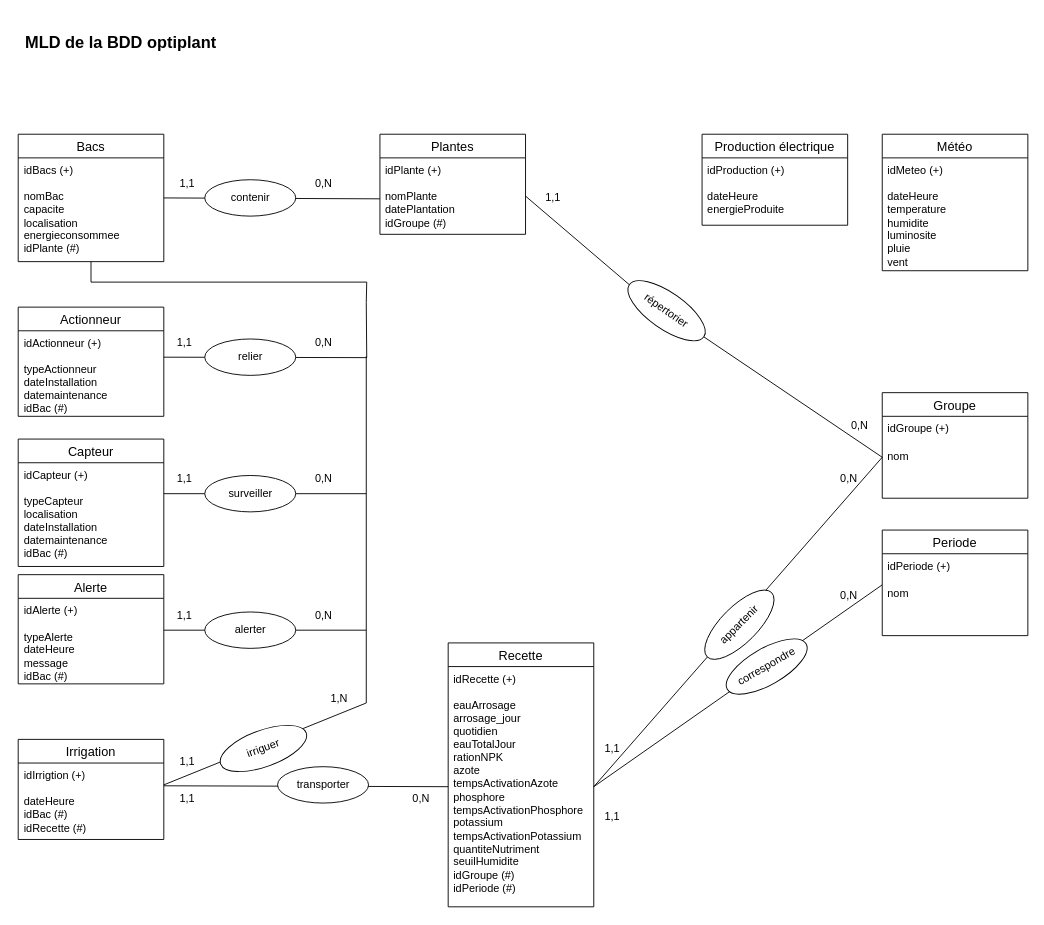
Above: MLD.drawio in SAE601/BDD (draw.io), before the change. Source tidied: cells renumbered, new cells numbered last; positions are measured from the earlier drawing's top-left corner, leaving out a move shared by most shapes. Both pictures are drawn from the tidied source at 91%, with x=0, y=0 at pixel (15, 15).
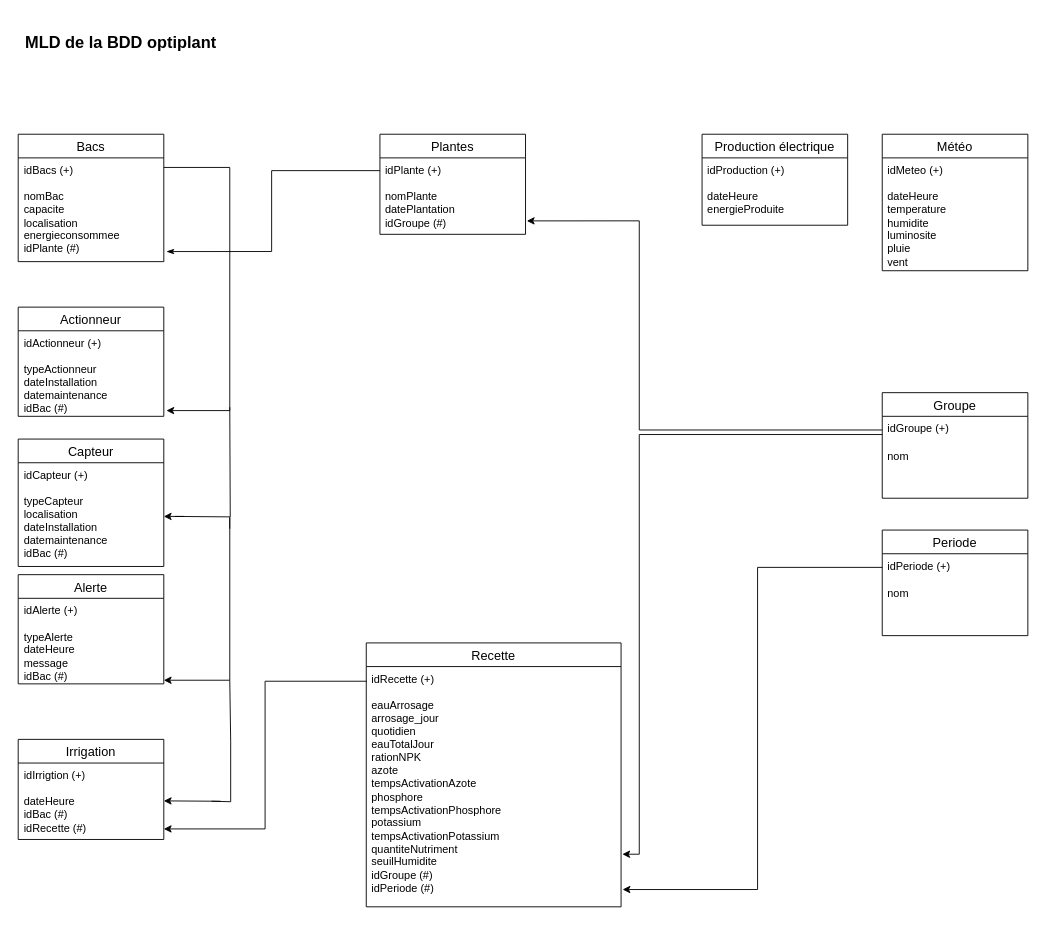
The same page after the edit.

Unchanged cells that the change refers to:
```xml
<mxCell id="3" value="Bacs" style="swimlane;fontStyle=0;horizontal=1;startSize=26;align=center;fontSize=14;" parent="1" vertex="1">
  <mxGeometry x="2.5" y="130" width="160" height="140" as="geometry" />
</mxCell>
<mxCell id="4" value="&lt;div&gt;idBacs (+)&lt;br&gt;&lt;/div&gt;&lt;div&gt;&lt;br&gt;&lt;/div&gt;&lt;div&gt;nomBac&lt;/div&gt;&lt;div&gt;capacite&lt;/div&gt;&lt;div&gt;localisation&lt;/div&gt;&lt;div&gt;energieconsommee&lt;/div&gt;&lt;div&gt;idPlante (#)&lt;br&gt;&lt;/div&gt;&lt;div&gt;&lt;br&gt;&lt;/div&gt;" style="text;strokeColor=none;fillColor=none;spacingLeft=4;spacingRight=4;overflow=hidden;points=[[0,0.5],[1,0.5]];portConstraint=eastwest;fontSize=12;whiteSpace=wrap;html=1;" parent="3" vertex="1">
  <mxGeometry y="26" width="160" height="114" as="geometry" />
</mxCell>
<mxCell id="6" value="&lt;div&gt;idPlante (+)&lt;/div&gt;&lt;div&gt;&lt;br&gt;&lt;/div&gt;&lt;div&gt;nomPlante&lt;/div&gt;&lt;div&gt;datePlantation&lt;/div&gt;&lt;div&gt;idGroupe (#)&lt;br&gt;&lt;/div&gt;" style="text;strokeColor=none;fillColor=none;spacingLeft=4;spacingRight=4;overflow=hidden;points=[[0,0.5],[1,0.5]];portConstraint=eastwest;fontSize=12;whiteSpace=wrap;html=1;" parent="5" vertex="1">
  <mxGeometry y="26" width="160" height="84" as="geometry" />
</mxCell>
<mxCell id="12" value="&lt;div&gt;idActionneur (+)&lt;/div&gt;&lt;div&gt;&lt;br&gt;&lt;/div&gt;&lt;div&gt;typeActionneur&lt;/div&gt;&lt;div&gt;dateInstallation&lt;/div&gt;&lt;div&gt;datemaintenance&lt;/div&gt;&lt;div&gt;idBac (#)&lt;br&gt;&lt;/div&gt;" style="text;strokeColor=none;fillColor=none;spacingLeft=4;spacingRight=4;overflow=hidden;points=[[0,0.5],[1,0.5]];portConstraint=eastwest;fontSize=12;whiteSpace=wrap;html=1;" parent="11" vertex="1">
  <mxGeometry y="26" width="160" height="94" as="geometry" />
</mxCell>
<mxCell id="32" value="idGroupe (+)" style="text;strokeColor=none;fillColor=none;spacingLeft=4;spacingRight=4;overflow=hidden;points=[[0,0.5],[1,0.5]];portConstraint=eastwest;fontSize=12;whiteSpace=wrap;html=1;" parent="31" vertex="1">
  <mxGeometry y="26" width="160" height="30" as="geometry" />
</mxCell>
<mxCell id="33" value="nom" style="text;strokeColor=none;fillColor=none;spacingLeft=4;spacingRight=4;overflow=hidden;points=[[0,0.5],[1,0.5]];portConstraint=eastwest;fontSize=12;whiteSpace=wrap;html=1;" parent="31" vertex="1">
  <mxGeometry y="56" width="160" height="30" as="geometry" />
</mxCell>
<mxCell id="44" value="idPeriode (+)" style="text;strokeColor=none;fillColor=none;spacingLeft=4;spacingRight=4;overflow=hidden;points=[[0,0.5],[1,0.5]];portConstraint=eastwest;fontSize=12;whiteSpace=wrap;html=1;" parent="43" vertex="1">
  <mxGeometry y="26" width="160" height="30" as="geometry" />
</mxCell>
<mxCell id="45" value="nom" style="text;strokeColor=none;fillColor=none;spacingLeft=4;spacingRight=4;overflow=hidden;points=[[0,0.5],[1,0.5]];portConstraint=eastwest;fontSize=12;whiteSpace=wrap;html=1;" parent="43" vertex="1">
  <mxGeometry y="56" width="160" height="30" as="geometry" />
</mxCell>
<mxCell id="47" value="Irrigation" style="swimlane;fontStyle=0;horizontal=1;startSize=26;align=center;fontSize=14;" parent="1" vertex="1">
  <mxGeometry x="2.5" y="795" width="160" height="110" as="geometry" />
</mxCell>
<mxCell id="48" value="&lt;div&gt;idIrrigtion (+)&lt;/div&gt;&lt;div&gt;&lt;br&gt;&lt;/div&gt;&lt;div&gt;dateHeure&lt;/div&gt;&lt;div&gt;&lt;div&gt;idBac (#)&lt;/div&gt;&lt;div&gt;&lt;div&gt;idRecette (#)&lt;/div&gt;&lt;/div&gt;&lt;/div&gt;&lt;div&gt;&lt;br&gt;&lt;/div&gt;" style="text;strokeColor=none;fillColor=none;spacingLeft=4;spacingRight=4;overflow=hidden;points=[[0,0.5],[1,0.5]];portConstraint=eastwest;fontSize=12;whiteSpace=wrap;html=1;" parent="47" vertex="1">
  <mxGeometry y="26" width="160" height="84" as="geometry" />
</mxCell>
```

The edit, as a diff of the source:
```diff
@@
-    <mxCell id="2" style="edgeStyle=orthogonalEdgeStyle;rounded=0;jettySize=auto;html=1;exitX=0.5;exitY=1;exitDx=0;exitDy=0;endArrow=none;startFill=0;" parent="1" edge="1" source="3">
-      <mxGeometry relative="1" as="geometry">
-        <mxPoint x="385" y="315" as="targetPoint" />
-      </mxGeometry>
-    </mxCell>
@@
-    <mxCell id="7" style="endArrow=none;html=1;rounded=0;entryX=0;entryY=0.5;entryDx=0;entryDy=0;" parent="1" edge="1">
+    <mxCell id="7" style="endArrow=classicThin;html=1;rounded=0;endFill=1;entryX=1.018;entryY=0.903;entryDx=0;entryDy=0;entryPerimeter=0;edgeStyle=orthogonalEdgeStyle;" parent="1" edge="1" target="4">
       <mxGeometry relative="1" as="geometry">
-        <mxPoint x="162.5" y="200" as="sourcePoint" />
-        <mxPoint x="400" y="201" as="targetPoint" />
+        <mxPoint x="400" y="170" as="sourcePoint" />
+        <Array as="points">
+          <mxPoint x="400" y="170" />
+          <mxPoint x="281" y="170" />
+          <mxPoint x="281" y="259" />
+        </Array>
       </mxGeometry>
     </mxCell>
-    <mxCell id="8" value="contenir" style="ellipse;whiteSpace=wrap;html=1;align=center;" parent="1" vertex="1">
-      <mxGeometry x="207.5" y="180" width="100" height="40" as="geometry" />
-    </mxCell>
-    <mxCell id="9" value="1,1" style="text;html=1;align=center;verticalAlign=middle;strokeColor=none;fillColor=none;" parent="1" vertex="1">
-      <mxGeometry x="167.5" y="169" width="40" height="30" as="geometry" />
-    </mxCell>
-    <mxCell id="10" value="0,N" style="text;html=1;align=center;verticalAlign=middle;strokeColor=none;fillColor=none;" parent="1" vertex="1">
-      <mxGeometry x="317.5" y="169" width="40" height="30" as="geometry" />
-    </mxCell>
@@
-    <mxCell id="13" style="endArrow=none;html=1;rounded=0;edgeStyle=orthogonalEdgeStyle;" parent="1" edge="1">
-      <mxGeometry relative="1" as="geometry">
-        <mxPoint x="162.5" y="375" as="sourcePoint" />
-        <mxPoint x="385" y="315" as="targetPoint" />
-      </mxGeometry>
-    </mxCell>
-    <mxCell id="14" value="relier" style="ellipse;whiteSpace=wrap;html=1;align=center;" parent="1" vertex="1">
-      <mxGeometry x="207.5" y="355" width="100" height="40" as="geometry" />
-    </mxCell>
-    <mxCell id="15" value="1,1" style="text;html=1;align=center;verticalAlign=middle;strokeColor=none;fillColor=none;" parent="1" vertex="1">
-      <mxGeometry x="165" y="344" width="40" height="30" as="geometry" />
-    </mxCell>
-    <mxCell id="16" value="0,N" style="text;html=1;align=center;verticalAlign=middle;strokeColor=none;fillColor=none;" parent="1" vertex="1">
-      <mxGeometry x="317.5" y="344" width="40" height="30" as="geometry" />
-    </mxCell>
@@
-    <mxCell id="19" style="endArrow=none;html=1;rounded=0;" parent="1" edge="1">
-      <mxGeometry relative="1" as="geometry">
-        <mxPoint x="162.5" y="525" as="sourcePoint" />
-        <mxPoint x="385" y="525" as="targetPoint" />
-      </mxGeometry>
-    </mxCell>
-    <mxCell id="20" value="surveiller" style="ellipse;whiteSpace=wrap;html=1;align=center;" parent="1" vertex="1">
-      <mxGeometry x="207.5" y="505" width="100" height="40" as="geometry" />
-    </mxCell>
-    <mxCell id="21" value="1,1" style="text;html=1;align=center;verticalAlign=middle;strokeColor=none;fillColor=none;" parent="1" vertex="1">
-      <mxGeometry x="165" y="494" width="40" height="30" as="geometry" />
-    </mxCell>
-    <mxCell id="22" value="0,N" style="text;html=1;align=center;verticalAlign=middle;strokeColor=none;fillColor=none;" parent="1" vertex="1">
-      <mxGeometry x="317.5" y="494" width="40" height="30" as="geometry" />
-    </mxCell>
@@
-    <mxCell id="25" style="endArrow=none;html=1;rounded=0;" parent="1" edge="1">
-      <mxGeometry relative="1" as="geometry">
-        <mxPoint x="162.5" y="675" as="sourcePoint" />
-        <mxPoint x="385" y="675" as="targetPoint" />
-      </mxGeometry>
-    </mxCell>
-    <mxCell id="26" value="alerter" style="ellipse;whiteSpace=wrap;html=1;align=center;" parent="1" vertex="1">
-      <mxGeometry x="207.5" y="655" width="100" height="40" as="geometry" />
-    </mxCell>
-    <mxCell id="27" value="1,1" style="text;html=1;align=center;verticalAlign=middle;strokeColor=none;fillColor=none;" parent="1" vertex="1">
-      <mxGeometry x="165" y="644" width="40" height="30" as="geometry" />
-    </mxCell>
-    <mxCell id="28" value="0,N" style="text;html=1;align=center;verticalAlign=middle;strokeColor=none;fillColor=none;" parent="1" vertex="1">
-      <mxGeometry x="317.5" y="644" width="40" height="30" as="geometry" />
-    </mxCell>
-    <mxCell id="29" value="0,N" style="text;html=1;align=center;verticalAlign=middle;strokeColor=none;fillColor=none;" parent="1" vertex="1">
-      <mxGeometry x="907" y="435" width="40" height="30" as="geometry" />
-    </mxCell>
@@
-    <mxCell id="35" style="endArrow=none;html=1;rounded=0;entryX=0;entryY=0.5;entryDx=0;entryDy=0;exitX=1;exitY=0.5;exitDx=0;exitDy=0;" parent="1" edge="1" source="54" target="33">
-      <mxGeometry relative="1" as="geometry" />
-    </mxCell>
-    <mxCell id="36" value="appartenir" style="ellipse;whiteSpace=wrap;html=1;align=center;rotation=-45;" parent="1" vertex="1">
-      <mxGeometry x="745" y="649" width="100" height="40" as="geometry" />
-    </mxCell>
-    <mxCell id="37" value="1,1" style="text;html=1;align=center;verticalAlign=middle;strokeColor=none;fillColor=none;" parent="1" vertex="1">
-      <mxGeometry x="635" y="865" width="40" height="30" as="geometry" />
-    </mxCell>
-    <mxCell id="38" value="0,N" style="text;html=1;align=center;verticalAlign=middle;strokeColor=none;fillColor=none;" parent="1" vertex="1">
-      <mxGeometry x="895" y="494" width="40" height="30" as="geometry" />
-    </mxCell>
@@
-    <mxCell id="40" style="endArrow=none;html=1;rounded=0;entryX=-0.001;entryY=0.142;entryDx=0;entryDy=0;exitX=1;exitY=0.5;exitDx=0;exitDy=0;entryPerimeter=0;" parent="1" edge="1" source="54" target="45">
-      <mxGeometry relative="1" as="geometry" />
-    </mxCell>
-    <mxCell id="41" value="1,1" style="text;html=1;align=center;verticalAlign=middle;strokeColor=none;fillColor=none;" parent="1" vertex="1">
-      <mxGeometry x="635" y="790" width="40" height="30" as="geometry" />
-    </mxCell>
-    <mxCell id="42" value="0,N" style="text;html=1;align=center;verticalAlign=middle;strokeColor=none;fillColor=none;" parent="1" vertex="1">
-      <mxGeometry x="895" y="622" width="40" height="30" as="geometry" />
-    </mxCell>
@@
+    <mxCell id="70" style="edgeStyle=orthogonalEdgeStyle;rounded=0;orthogonalLoop=1;jettySize=auto;html=1;endArrow=none;startFill=0;" parent="47" edge="1">
+      <mxGeometry relative="1" as="geometry">
+        <mxPoint x="212.5" y="68" as="sourcePoint" />
+        <mxPoint x="232.5" y="-65" as="targetPoint" />
+      </mxGeometry>
+    </mxCell>
@@
-    <mxCell id="49" style="endArrow=none;html=1;rounded=0;" parent="1" edge="1">
-      <mxGeometry relative="1" as="geometry">
-        <mxPoint x="162.5" y="845" as="sourcePoint" />
-        <mxPoint x="385" y="755" as="targetPoint" />
-      </mxGeometry>
-    </mxCell>
-    <mxCell id="50" value="irriguer" style="ellipse;whiteSpace=wrap;html=1;align=center;rotation=-20;" parent="1" vertex="1">
-      <mxGeometry x="222" y="785" width="100" height="40" as="geometry" />
-    </mxCell>
-    <mxCell id="51" value="1,1" style="text;html=1;align=center;verticalAlign=middle;strokeColor=none;fillColor=none;" parent="1" vertex="1">
-      <mxGeometry x="167.5" y="805" width="40" height="30" as="geometry" />
-    </mxCell>
-    <mxCell id="52" value="1,N" style="text;html=1;align=center;verticalAlign=middle;strokeColor=none;fillColor=none;" parent="1" vertex="1">
-      <mxGeometry x="335" y="735" width="40" height="30" as="geometry" />
-    </mxCell>
     <mxCell id="53" value="Recette" style="swimlane;fontStyle=0;horizontal=1;startSize=26;align=center;fontSize=14;" parent="1" vertex="1">
-      <mxGeometry x="475" y="689" width="160" height="290" as="geometry" />
+      <mxGeometry x="385" y="689" width="280" height="290" as="geometry" />
     </mxCell>
-    <mxCell id="54" value="&lt;div&gt;idRecette (+)&lt;/div&gt;&lt;div&gt;&lt;br&gt;&lt;/div&gt;&lt;div&gt;eauArrosage&lt;/div&gt;&lt;div&gt;&lt;div&gt;arrosage_jour&lt;/div&gt;&lt;div&gt;quotidien&lt;/div&gt;&lt;div&gt;eauTotalJour&lt;/div&gt;&lt;div&gt;&lt;span style=&quot;font-weight: normal;&quot;&gt;rationNPK&lt;/span&gt;&lt;br&gt;azote&lt;br&gt;tempsActivationAzote&lt;br&gt;phosphore&lt;br&gt;tempsActivationPhosphore&lt;br&gt;potassium&lt;/div&gt;&lt;div&gt;tempsActivationPotassium&lt;br&gt;quantiteNutriment&lt;br&gt;seuilHumidite&lt;br&gt;&lt;div&gt;idGroupe (#)&lt;/div&gt;&lt;div&gt;idPeriode (#)&lt;/div&gt;&lt;table class=&quot;table table-striped table-hover table-sm table_results data ajax w-auto&quot;&gt;&lt;thead&gt;&lt;tr&gt;&lt;th class=&quot;draggable position-sticky text-end&quot;&gt;&lt;span style=&quot;font-weight: normal;&quot;&gt;&lt;br&gt;        &lt;br&gt;  &lt;/span&gt;&lt;/th&gt;  &lt;th class=&quot;draggable position-sticky text-end&quot;&gt;&lt;br&gt;&lt;br&gt;        &lt;br&gt;  &lt;/th&gt;  &lt;th class=&quot;draggable position-sticky text-end&quot;&gt;&lt;br&gt;&lt;br&gt;        &lt;br&gt;  &lt;/th&gt;  &lt;th class=&quot;draggable position-sticky text-end&quot;&gt;&lt;br&gt;&lt;br&gt;        &lt;br&gt;  &lt;/th&gt;  &lt;th class=&quot;draggable position-sticky text-end&quot;&gt;&lt;br&gt;&lt;br&gt;        &lt;br&gt;  &lt;/th&gt;  &lt;th class=&quot;draggable position-sticky text-end&quot;&gt;&lt;br&gt;&lt;br&gt;        &lt;br&gt;  &lt;/th&gt;  &lt;th class=&quot;draggable position-sticky text-end&quot;&gt;&lt;br&gt;&lt;br&gt;        &lt;br&gt;  &lt;/th&gt;  &lt;th class=&quot;draggable position-sticky text-end&quot;&gt;&lt;br&gt;&lt;br&gt;        &lt;br&gt;  &lt;/th&gt;  &lt;th class=&quot;draggable position-sticky text-end&quot;&gt;&lt;br&gt;&lt;br&gt;        &lt;br&gt;  &lt;/th&gt;      &lt;td colspan=&quot;4&quot; class=&quot;d-print-none&quot;&gt;&lt;br&gt;&lt;/td&gt;&lt;/tr&gt;&lt;/thead&gt;&lt;/table&gt;&lt;/div&gt;&lt;/div&gt;&lt;div&gt;&lt;br&gt;&lt;/div&gt;" style="text;strokeColor=none;fillColor=none;spacingLeft=4;spacingRight=4;overflow=hidden;points=[[0,0.5],[1,0.5]];portConstraint=eastwest;fontSize=12;whiteSpace=wrap;html=1;" parent="53" vertex="1">
-      <mxGeometry y="26" width="160" height="264" as="geometry" />
-    </mxCell>
-    <mxCell id="55" value="1,1" style="text;html=1;align=center;verticalAlign=middle;strokeColor=none;fillColor=none;" parent="1" vertex="1">
-      <mxGeometry x="167.5" y="845" width="40" height="30" as="geometry" />
-    </mxCell>
-    <mxCell id="56" value="0,N" style="text;html=1;align=center;verticalAlign=middle;strokeColor=none;fillColor=none;" parent="1" vertex="1">
-      <mxGeometry x="425" y="845" width="40" height="30" as="geometry" />
-    </mxCell>
-    <mxCell id="57" style="endArrow=none;html=1;rounded=0;entryX=0;entryY=0.5;entryDx=0;entryDy=0;exitX=1;exitY=0.5;exitDx=0;exitDy=0;" parent="1" edge="1" target="54">
-      <mxGeometry relative="1" as="geometry">
-        <mxPoint x="162.5" y="846" as="sourcePoint" />
-      </mxGeometry>
-    </mxCell>
-    <mxCell id="58" style="rounded=0;jettySize=auto;html=1;entryX=0;entryY=0.5;entryDx=0;entryDy=0;endArrow=none;startFill=0;exitX=1;exitY=0.5;exitDx=0;exitDy=0;" parent="1" edge="1" source="62" target="33">
-      <mxGeometry relative="1" as="geometry" />
-    </mxCell>
-    <mxCell id="59" value="1,1" style="text;html=1;align=center;verticalAlign=middle;strokeColor=none;fillColor=none;" parent="1" vertex="1">
-      <mxGeometry x="570" y="185" width="40" height="30" as="geometry" />
-    </mxCell>
-    <mxCell id="60" style="endArrow=none;html=1;rounded=0;" parent="1" edge="1">
-      <mxGeometry relative="1" as="geometry">
-        <mxPoint x="385" y="755" as="sourcePoint" />
-        <mxPoint x="385" y="374" as="targetPoint" />
-      </mxGeometry>
-    </mxCell>
-    <mxCell id="61" style="rounded=0;jettySize=auto;html=1;entryX=0;entryY=0.5;entryDx=0;entryDy=0;endArrow=none;startFill=0;exitX=1;exitY=0.5;exitDx=0;exitDy=0;" parent="1" edge="1" source="6" target="62">
-      <mxGeometry relative="1" as="geometry" />
-    </mxCell>
-    <mxCell id="62" value="répertorier" style="ellipse;whiteSpace=wrap;html=1;align=center;rotation=35;" parent="1" vertex="1">
-      <mxGeometry x="665" y="304" width="100" height="40" as="geometry" />
-    </mxCell>
-    <mxCell id="63" value="transporter" style="ellipse;whiteSpace=wrap;html=1;align=center;rotation=0;" parent="1" vertex="1">
-      <mxGeometry x="287.5" y="825" width="100" height="40" as="geometry" />
-    </mxCell>
-    <mxCell id="64" value="correspondre" style="ellipse;whiteSpace=wrap;html=1;align=center;rotation=-30;" parent="1" vertex="1">
-      <mxGeometry x="775" y="695" width="100" height="40" as="geometry" />
-    </mxCell>
@@
+    <mxCell id="71" style="edgeStyle=orthogonalEdgeStyle;rounded=0;jettySize=auto;html=1;exitX=1;exitY=0.5;exitDx=0;exitDy=0;entryX=1.018;entryY=0.933;entryDx=0;entryDy=0;entryPerimeter=0;" parent="1" edge="1" target="12">
+      <mxGeometry relative="1" as="geometry">
+        <mxPoint x="162.5" y="166.5" as="sourcePoint" />
+        <Array as="points">
+          <mxPoint x="235" y="167" />
+          <mxPoint x="235" y="434" />
+        </Array>
+      </mxGeometry>
+    </mxCell>
+    <mxCell id="72" style="endArrow=classic;html=1;rounded=0;" parent="1" edge="1">
+      <mxGeometry relative="1" as="geometry">
+        <mxPoint x="185" y="550" as="sourcePoint" />
+        <mxPoint x="162.5" y="550" as="targetPoint" />
+      </mxGeometry>
+    </mxCell>
+    <mxCell id="73" style="edgeStyle=orthogonalEdgeStyle;rounded=0;orthogonalLoop=1;jettySize=auto;html=1;endArrow=none;startFill=0;endFill=1;" parent="1" edge="1">
+      <mxGeometry relative="1" as="geometry">
+        <mxPoint x="175" y="550" as="sourcePoint" />
+        <mxPoint x="235" y="430" as="targetPoint" />
+      </mxGeometry>
+    </mxCell>
+    <mxCell id="74" style="endArrow=classic;html=1;rounded=0;edgeStyle=orthogonalEdgeStyle;" parent="1" edge="1">
+      <mxGeometry relative="1" as="geometry">
+        <mxPoint x="235" y="563.5" as="sourcePoint" />
+        <mxPoint x="162.5" y="730" as="targetPoint" />
+        <Array as="points">
+          <mxPoint x="235" y="551" />
+          <mxPoint x="235" y="730" />
+        </Array>
+      </mxGeometry>
+    </mxCell>
+    <mxCell id="75" style="endArrow=classic;html=1;rounded=0;" parent="1" edge="1">
+      <mxGeometry relative="1" as="geometry">
+        <mxPoint x="225" y="863" as="sourcePoint" />
+        <mxPoint x="162.5" y="862.6" as="targetPoint" />
+      </mxGeometry>
+    </mxCell>
+    <mxCell id="76" style="edgeStyle=orthogonalEdgeStyle;rounded=0;jettySize=auto;html=1;exitX=0.002;exitY=0.061;exitDx=0;exitDy=0;entryX=1;entryY=0.862;entryDx=0;entryDy=0;entryPerimeter=0;exitPerimeter=0;" parent="1" edge="1" source="54" target="48">
+      <mxGeometry relative="1" as="geometry" />
+    </mxCell>
+    <mxCell id="77" style="edgeStyle=orthogonalEdgeStyle;rounded=0;jettySize=auto;html=1;entryX=1.006;entryY=0.928;entryDx=0;entryDy=0;entryPerimeter=0;exitX=0;exitY=0.5;exitDx=0;exitDy=0;" parent="1" edge="1" source="44" target="54">
+      <mxGeometry relative="1" as="geometry">
+        <Array as="points">
+          <mxPoint x="815" y="606" />
+          <mxPoint x="815" y="960" />
+        </Array>
+      </mxGeometry>
+    </mxCell>
+    <mxCell id="78" style="edgeStyle=orthogonalEdgeStyle;rounded=0;jettySize=auto;html=1;exitX=0;exitY=0.5;exitDx=0;exitDy=0;entryX=1.005;entryY=0.781;entryDx=0;entryDy=0;entryPerimeter=0;" parent="1" edge="1" target="54">
+      <mxGeometry relative="1" as="geometry">
+        <mxPoint x="952" y="460" as="sourcePoint" />
+        <Array as="points">
+          <mxPoint x="685" y="460" />
+          <mxPoint x="685" y="921" />
+        </Array>
+      </mxGeometry>
+    </mxCell>
+    <mxCell id="79" style="edgeStyle=orthogonalEdgeStyle;rounded=0;jettySize=auto;html=1;exitX=0;exitY=0.5;exitDx=0;exitDy=0;entryX=1.009;entryY=0.824;entryDx=0;entryDy=0;entryPerimeter=0;" parent="1" edge="1" source="32" target="6">
+      <mxGeometry relative="1" as="geometry">
+        <Array as="points">
+          <mxPoint x="685" y="455" />
+          <mxPoint x="685" y="225" />
+        </Array>
+      </mxGeometry>
+    </mxCell>
+    <mxCell id="54" value="&lt;div&gt;idRecette (+)&lt;/div&gt;&lt;div&gt;&lt;br&gt;&lt;/div&gt;&lt;div&gt;eauArrosage&lt;span style=&quot;white-space: pre;&quot;&gt;&#9;&lt;/span&gt;&lt;span style=&quot;white-space: pre;&quot;&gt;&#9;&lt;/span&gt;&lt;span style=&quot;white-space: pre;&quot;&gt;&#9;&lt;/span&gt;&lt;span style=&quot;white-space: pre;&quot;&gt;&#9;&lt;/span&gt;&lt;span style=&quot;white-space: pre;&quot;&gt;&#9;&lt;/span&gt;&lt;span style=&quot;white-space: pre;&quot;&gt;&#9;&lt;/span&gt;&lt;span style=&quot;white-space: pre;&quot;&gt;&#9;&lt;/span&gt;&lt;span style=&quot;white-space: pre;&quot;&gt;&#9;&lt;/span&gt;&lt;/div&gt;&lt;div&gt;&lt;div&gt;arrosage_jour&lt;/div&gt;&lt;div&gt;quotidien&lt;/div&gt;&lt;div&gt;eauTotalJour&lt;/div&gt;&lt;div&gt;&lt;span style=&quot;font-weight: normal;&quot;&gt;rationNPK&lt;/span&gt;&lt;br&gt;azote&lt;br&gt;tempsActivationAzote&lt;br&gt;phosphore&lt;br&gt;tempsActivationPhosphore&lt;br&gt;potassium&lt;/div&gt;&lt;div&gt;tempsActivationPotassium&lt;br&gt;quantiteNutriment&lt;br&gt;seuilHumidite&lt;br&gt;&lt;div&gt;idGroupe (#)&lt;/div&gt;&lt;div&gt;idPeriode (#)&lt;/div&gt;&lt;table class=&quot;table table-striped table-hover table-sm table_results data ajax w-auto&quot;&gt;&lt;thead&gt;&lt;tr&gt;&lt;th class=&quot;draggable position-sticky text-end&quot;&gt;&lt;span style=&quot;font-weight: normal;&quot;&gt;&lt;br&gt;        &lt;br&gt;  &lt;/span&gt;&lt;/th&gt;  &lt;th class=&quot;draggable position-sticky text-end&quot;&gt;&lt;br&gt;&lt;br&gt;        &lt;br&gt;  &lt;/th&gt;  &lt;th class=&quot;draggable position-sticky text-end&quot;&gt;&lt;br&gt;&lt;br&gt;        &lt;br&gt;  &lt;/th&gt;  &lt;th class=&quot;draggable position-sticky text-end&quot;&gt;&lt;br&gt;&lt;br&gt;        &lt;br&gt;  &lt;/th&gt;  &lt;th class=&quot;draggable position-sticky text-end&quot;&gt;&lt;br&gt;&lt;br&gt;        &lt;br&gt;  &lt;/th&gt;  &lt;th class=&quot;draggable position-sticky text-end&quot;&gt;&lt;br&gt;&lt;br&gt;        &lt;br&gt;  &lt;/th&gt;  &lt;th class=&quot;draggable position-sticky text-end&quot;&gt;&lt;br&gt;&lt;br&gt;        &lt;br&gt;  &lt;/th&gt;  &lt;th class=&quot;draggable position-sticky text-end&quot;&gt;&lt;br&gt;&lt;br&gt;        &lt;br&gt;  &lt;/th&gt;  &lt;th class=&quot;draggable position-sticky text-end&quot;&gt;&lt;br&gt;&lt;br&gt;        &lt;br&gt;  &lt;/th&gt;      &lt;td colspan=&quot;4&quot; class=&quot;d-print-none&quot;&gt;&lt;br&gt;&lt;/td&gt;&lt;/tr&gt;&lt;/thead&gt;&lt;/table&gt;&lt;/div&gt;&lt;/div&gt;&lt;div&gt;&lt;br&gt;&lt;/div&gt;" style="text;strokeColor=none;fillColor=none;spacingLeft=4;spacingRight=4;overflow=hidden;points=[[0,0.5],[1,0.5]];portConstraint=eastwest;fontSize=12;whiteSpace=wrap;html=1;align=left;" parent="1" vertex="1">
+      <mxGeometry x="385" y="715" width="280" height="264" as="geometry" />
+    </mxCell>
```
